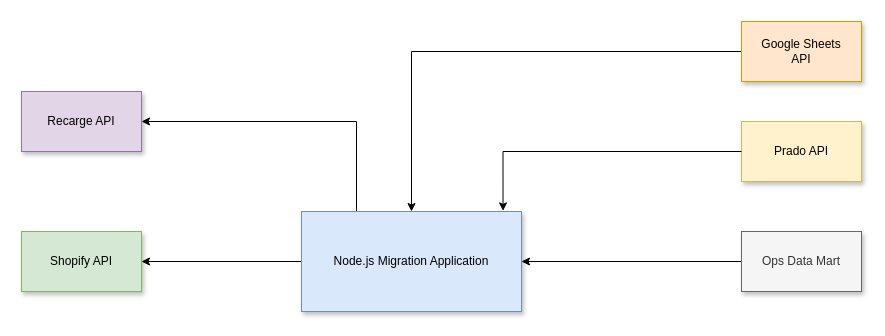
Above: page "Migration Process" (4 of 4) of Everytable_Draft_Diagrams.drawio in alexrsunrise/diagrams (draw.io), before the change. Source tidied: cells renumbered, new cells numbered last; positions are measured from the earlier drawing's top-left corner, leaving out a move shared by most shapes. Both pictures are drawn from the tidied source at 100%, with x=0, y=0 at pixel (21, 21).
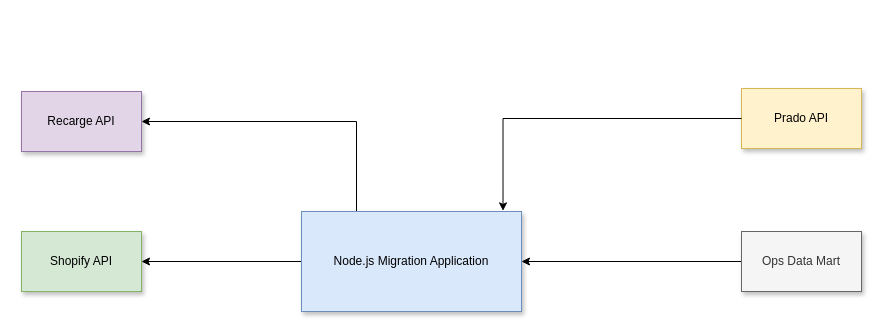
The same page after the edit.

The edit, as a diff of the source:
```diff
@@
 <mxGraphModel>
   <root>
     <mxCell id="0" />
     <mxCell id="1" parent="0" />
     <mxCell id="2" style="edgeStyle=orthogonalEdgeStyle;rounded=0;jettySize=auto;html=1;exitX=0.25;exitY=0;exitDx=0;exitDy=0;entryX=1;entryY=0.5;entryDx=0;entryDy=0;" parent="1" edge="1" source="4" target="12">
       <mxGeometry relative="1" as="geometry" />
     </mxCell>
     <mxCell id="3" style="edgeStyle=orthogonalEdgeStyle;rounded=0;jettySize=auto;html=1;entryX=1;entryY=0.5;entryDx=0;entryDy=0;" parent="1" edge="1" source="4" target="11">
       <mxGeometry relative="1" as="geometry" />
     </mxCell>
     <mxCell id="4" value="Node.js Migration Application" style="rounded=0;whiteSpace=wrap;html=1;fillColor=#dae8fc;strokeColor=#6c8ebf;shadow=1;" parent="1" vertex="1">
       <mxGeometry x="280" y="190" width="220" height="100" as="geometry" />
     </mxCell>
     <mxCell id="5" style="edgeStyle=orthogonalEdgeStyle;rounded=0;jettySize=auto;html=1;" parent="1" edge="1" source="6" target="4">
       <mxGeometry relative="1" as="geometry" />
     </mxCell>
     <mxCell id="6" value="Ops Data Mart" style="rounded=0;whiteSpace=wrap;html=1;fillColor=#f5f5f5;fontColor=#333333;strokeColor=#666666;shadow=1;" parent="1" vertex="1">
       <mxGeometry x="720" y="210" width="120" height="60" as="geometry" />
     </mxCell>
     <mxCell id="7" value="Prado API" style="rounded=0;whiteSpace=wrap;html=1;fillColor=#fff2cc;strokeColor=#d6b656;shadow=1;" parent="1" vertex="1">
-      <mxGeometry x="720" y="100" width="120" height="60" as="geometry" />
+      <mxGeometry x="720" y="67" width="120" height="60" as="geometry" />
     </mxCell>
-    <mxCell id="8" style="edgeStyle=orthogonalEdgeStyle;rounded=0;jettySize=auto;html=1;entryX=0.5;entryY=0;entryDx=0;entryDy=0;" parent="1" edge="1" source="9" target="4">
-      <mxGeometry relative="1" as="geometry" />
-    </mxCell>
-    <mxCell id="9" value="Google Sheets&lt;div&gt;API&lt;/div&gt;" style="rounded=0;whiteSpace=wrap;html=1;fillColor=#ffe6cc;strokeColor=#d79b00;shadow=1;" parent="1" vertex="1">
-      <mxGeometry x="720" width="120" height="60" as="geometry" />
-    </mxCell>
     <mxCell id="10" style="edgeStyle=orthogonalEdgeStyle;rounded=0;jettySize=auto;html=1;entryX=0.916;entryY=-0.006;entryDx=0;entryDy=0;entryPerimeter=0;" parent="1" edge="1" source="7" target="4">
       <mxGeometry relative="1" as="geometry" />
     </mxCell>
     <mxCell id="11" value="Shopify API" style="rounded=0;whiteSpace=wrap;html=1;fillColor=#d5e8d4;strokeColor=#82b366;shadow=1;" parent="1" vertex="1">
       <mxGeometry y="210" width="120" height="60" as="geometry" />
     </mxCell>
     <mxCell id="12" value="Recarge API" style="rounded=0;whiteSpace=wrap;html=1;fillColor=#e1d5e7;strokeColor=#9673a6;shadow=1;" parent="1" vertex="1">
       <mxGeometry y="70" width="120" height="60" as="geometry" />
     </mxCell>
   </root>
 </mxGraphModel>
```
